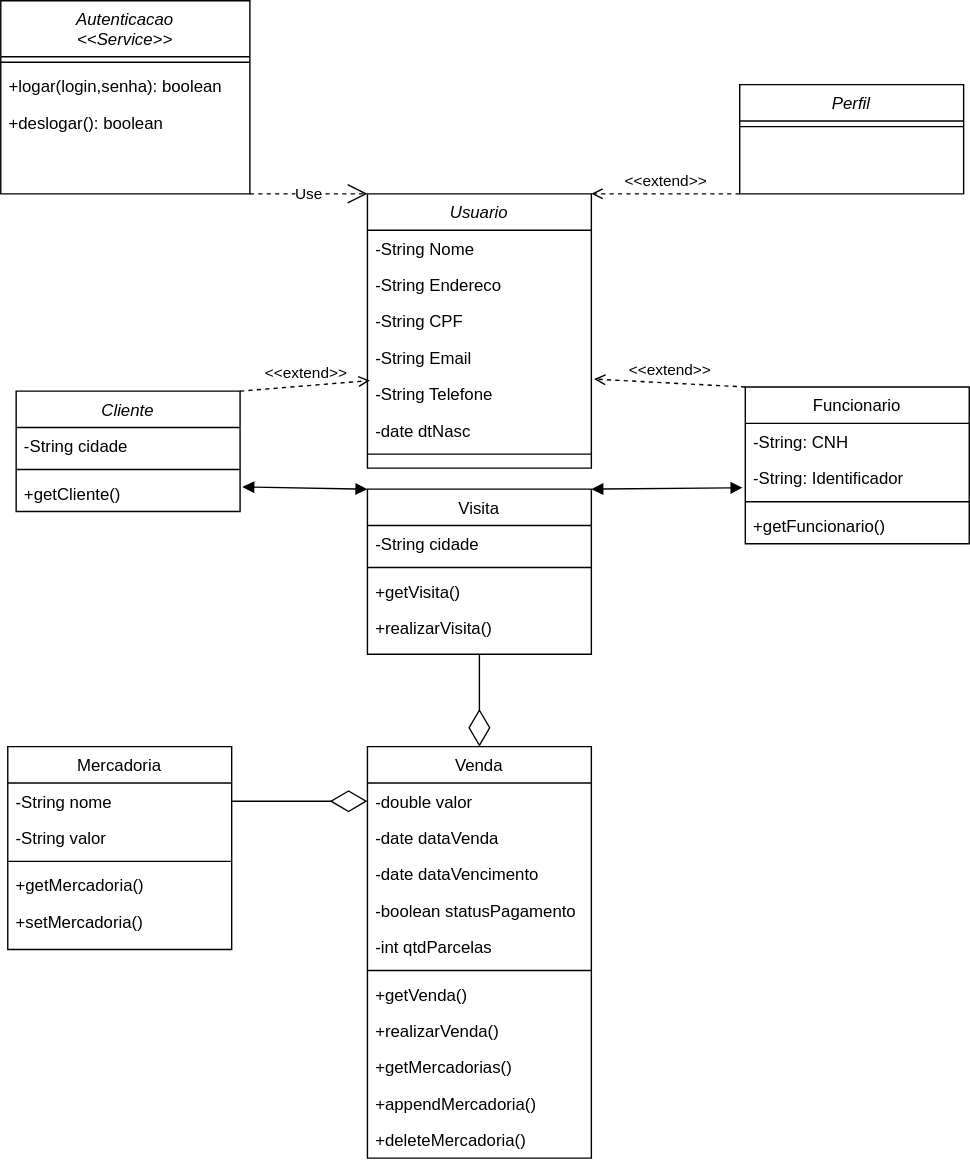
Before: .diagramas/class.client.drawio.svg, a diagram exported from draw.io (jcjoo/pi). Source tidied: cells renumbered, new cells last; positions are measured from the earlier drawing's top-left corner, leaving out a move shared by most shapes.
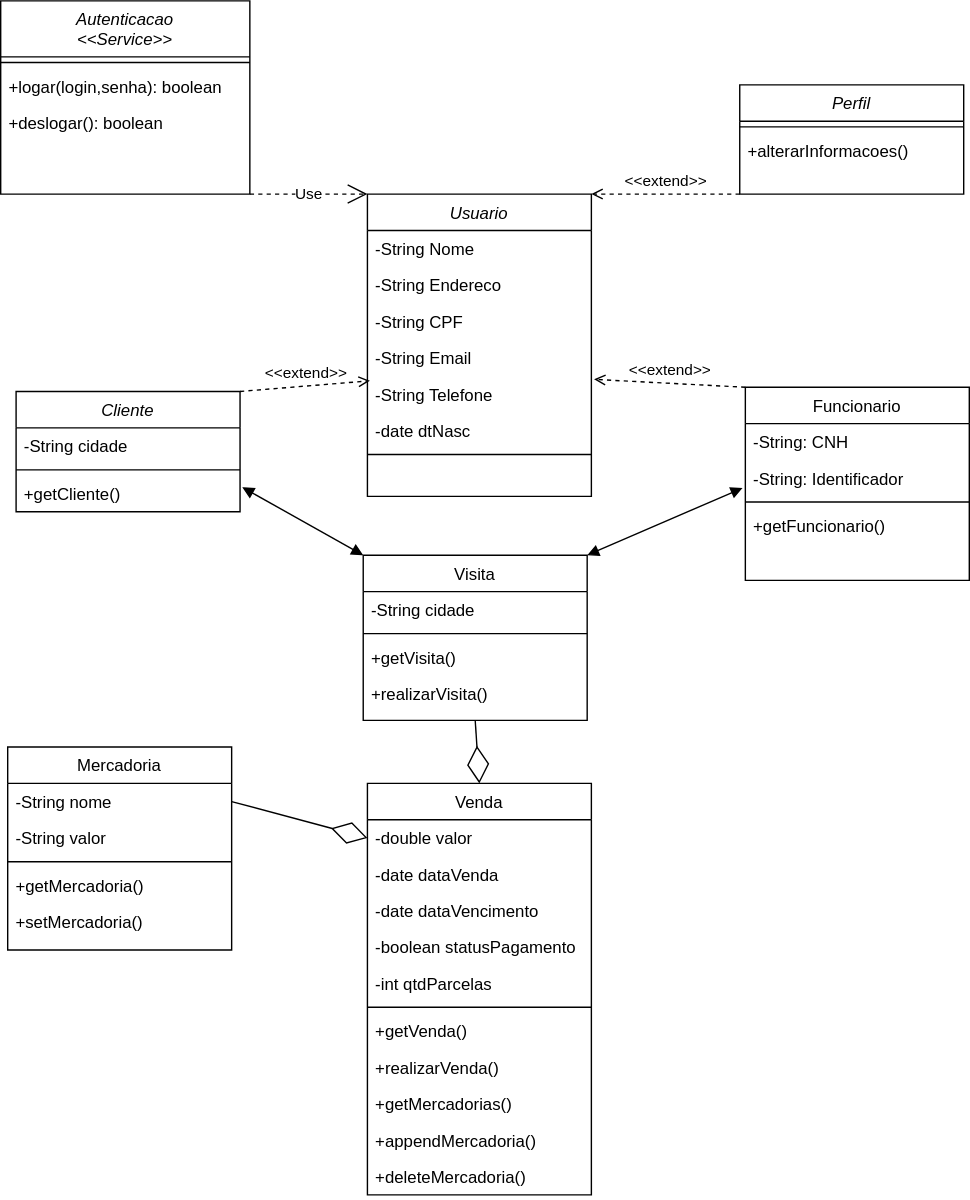
Above is the later version.

Diff of the diagram source:
```diff
@@ -15,7 +15,7 @@
       <mxGeometry y="60" width="160" height="26" as="geometry" />
     </mxCell>
     <mxCell id="6" value="Venda" style="swimlane;fontStyle=0;align=center;verticalAlign=top;horizontal=1;startSize=26;rounded=0;shadow=0;strokeWidth=1;" parent="1" vertex="1">
-      <mxGeometry x="262" y="533" width="160" height="294" as="geometry" />
+      <mxGeometry x="262" y="559" width="160" height="294" as="geometry" />
     </mxCell>
     <mxCell id="7" value="-double valor" style="text;align=left;verticalAlign=top;spacingLeft=4;spacingRight=4;overflow=hidden;points=[[0,0.5],[1,0.5]];portConstraint=eastwest;" parent="6" vertex="1">
       <mxGeometry y="26" width="160" height="26" as="geometry" />
@@ -51,7 +51,7 @@
       <mxGeometry y="268" width="160" height="26" as="geometry" />
     </mxCell>
     <mxCell id="18" value="Visita" style="swimlane;fontStyle=0;align=center;verticalAlign=top;horizontal=1;startSize=26;rounded=0;shadow=0;strokeWidth=1;" parent="1" vertex="1">
-      <mxGeometry x="262" y="349" width="160" height="118" as="geometry" />
+      <mxGeometry x="259" y="396" width="160" height="118" as="geometry" />
     </mxCell>
     <mxCell id="19" value="-String cidade&#10;" style="text;align=left;verticalAlign=top;spacingLeft=4;spacingRight=4;overflow=hidden;" parent="18" vertex="1">
       <mxGeometry y="26" width="160" height="26" as="geometry" />
@@ -66,7 +66,7 @@
       <mxGeometry y="86" width="160" height="26" as="geometry" />
     </mxCell>
     <mxCell id="23" value="Funcionario" style="swimlane;fontStyle=0;align=center;verticalAlign=top;horizontal=1;startSize=26;rounded=0;shadow=0;strokeWidth=1;" parent="1" vertex="1">
-      <mxGeometry x="532" y="276" width="160" height="112" as="geometry" />
+      <mxGeometry x="532" y="276" width="160" height="138" as="geometry" />
     </mxCell>
     <mxCell id="24" value="-String: CNH" style="text;align=left;verticalAlign=top;spacingLeft=4;spacingRight=4;overflow=hidden;rounded=0;shadow=0;html=0;" parent="23" vertex="1">
       <mxGeometry y="26" width="160" height="26" as="geometry" />
@@ -81,7 +81,7 @@
       <mxGeometry y="86" width="160" height="26" as="geometry" />
     </mxCell>
     <mxCell id="28" value="Usuario" style="swimlane;fontStyle=2;align=center;verticalAlign=top;horizontal=1;startSize=26;rounded=0;shadow=0;strokeWidth=1;" parent="1" vertex="1">
-      <mxGeometry x="262" y="138" width="160" height="196" as="geometry" />
+      <mxGeometry x="262" y="138" width="160" height="216" as="geometry" />
     </mxCell>
     <mxCell id="29" value="-String Nome" style="text;align=left;verticalAlign=top;spacingLeft=4;spacingRight=4;overflow=hidden;" parent="28" vertex="1">
       <mxGeometry y="26" width="160" height="26" as="geometry" />
@@ -128,6 +128,9 @@
     <mxCell id="43" style="line;html=1;strokeWidth=1;align=left;verticalAlign=middle;spacingTop=-1;spacingLeft=3;spacingRight=3;labelPosition=right;" parent="42" vertex="1">
       <mxGeometry y="26" width="160" height="8" as="geometry" />
     </mxCell>
+    <mxCell id="56" value="+alterarInformacoes()&#10;" style="text;align=left;verticalAlign=top;spacingLeft=4;spacingRight=4;overflow=hidden;" parent="42" vertex="1">
+      <mxGeometry y="34" width="160" height="26" as="geometry" />
+    </mxCell>
     <mxCell id="44" value="Autenticacao&#10;&lt;&lt;Service&gt;&gt;" style="swimlane;fontStyle=2;align=center;verticalAlign=top;horizontal=1;startSize=40;rounded=0;shadow=0;strokeWidth=1;" parent="1" vertex="1">
       <mxGeometry width="178" height="138" as="geometry" />
     </mxCell>
```
